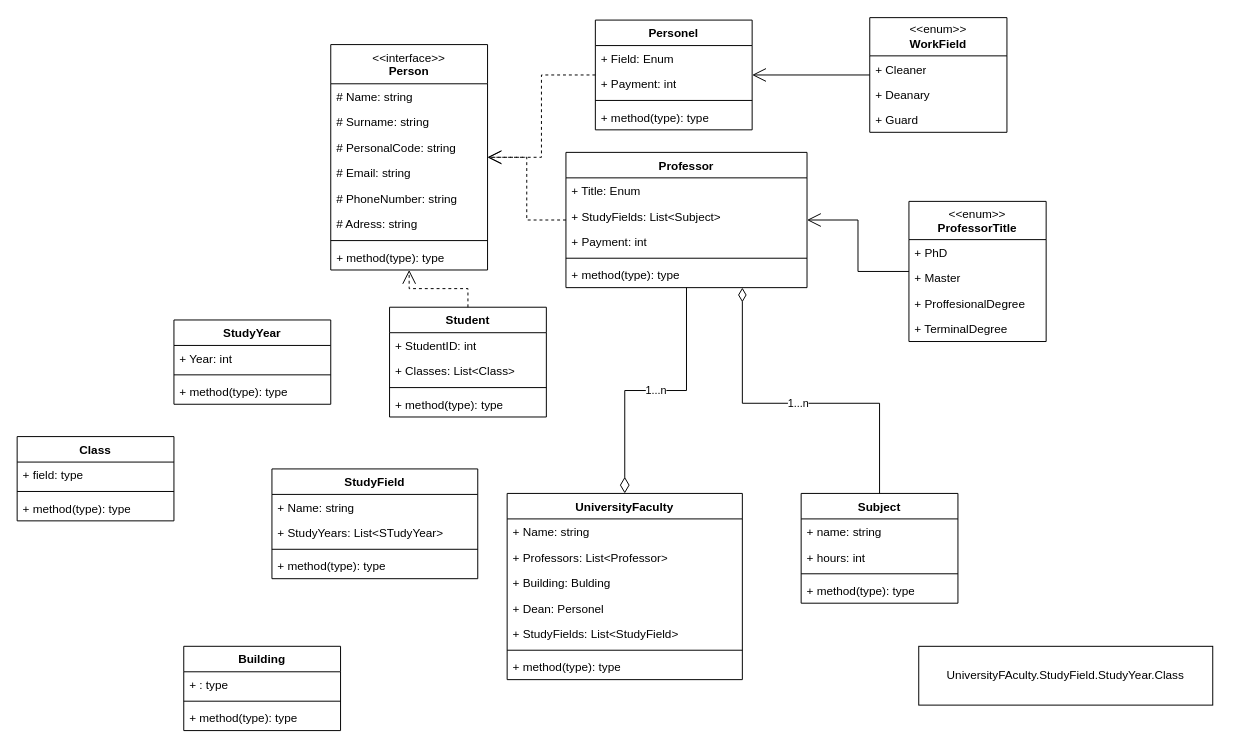
Before: uml.drawio in Rzyczu/college, a draw.io diagram. Source tidied: cells renumbered, new cells numbered last; positions are measured from the earlier drawing's top-left corner, leaving out a move shared by most shapes. Both pictures are drawn from the tidied source at 98%, with x=0, y=0 at pixel (17, 17).
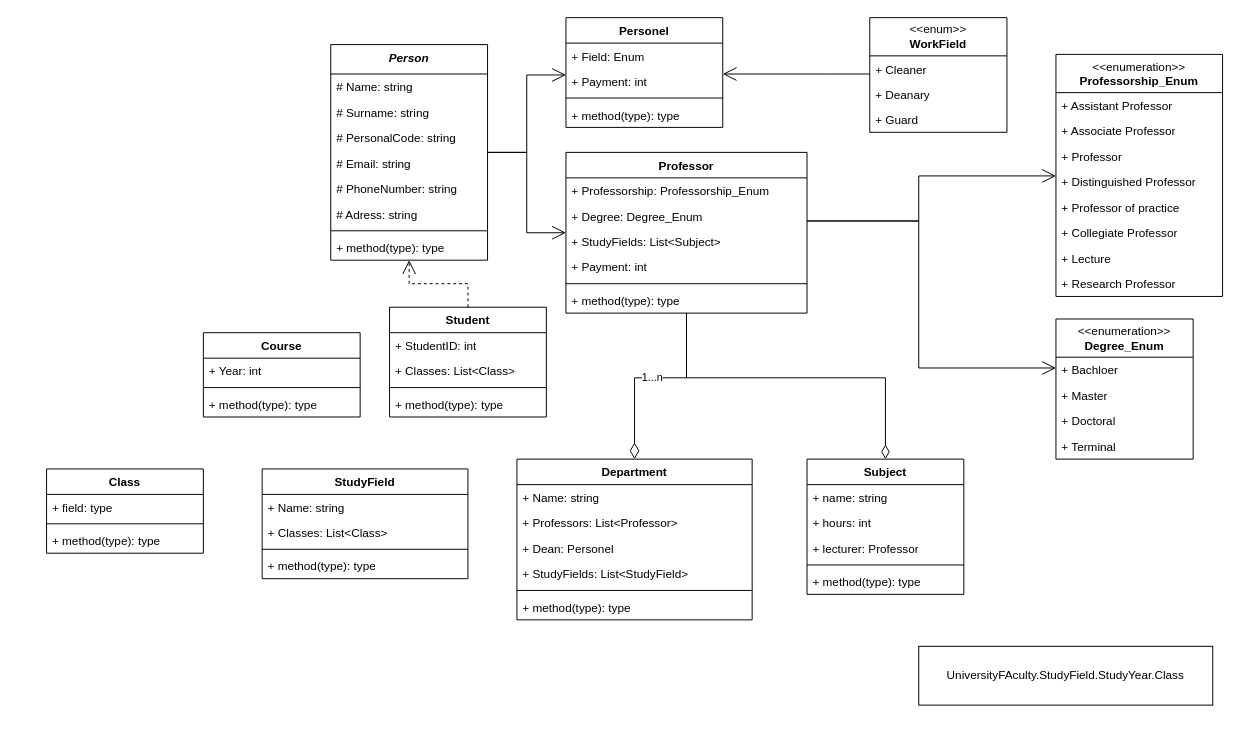
The same page after the edit.

The change refers to these unchanged cells:
```xml
<mxCell id="58" value="&amp;lt;&amp;lt;enum&amp;gt;&amp;gt;&lt;br&gt;&lt;b&gt;WorkField&lt;/b&gt;" style="swimlane;fontStyle=0;horizontal=1;startSize=39;fillColor=none;whiteSpace=wrap;html=1;" parent="1" vertex="1">
  <mxGeometry x="870" y="0.5" width="140" height="117" as="geometry" />
</mxCell>
```

The edit, as a diff of the source:
```diff
@@
     <mxCell id="2" value="&lt;b&gt;Class&lt;/b&gt;" style="swimlane;fontStyle=1;align=center;verticalAlign=top;horizontal=1;startSize=26;whiteSpace=wrap;html=1;" parent="1" vertex="1">
-      <mxGeometry y="428" width="160" height="86" as="geometry" />
+      <mxGeometry x="30" y="461" width="160" height="86" as="geometry" />
     </mxCell>
@@
-    <mxCell id="11" value="&lt;b&gt;Building&lt;/b&gt;&lt;br&gt;&lt;div&gt;&lt;b&gt;&lt;br&gt;&lt;/b&gt;&lt;/div&gt;" style="swimlane;fontStyle=1;align=center;verticalAlign=top;horizontal=1;startSize=26;whiteSpace=wrap;html=1;" parent="1" vertex="1">
-      <mxGeometry x="170" y="642" width="160" height="86" as="geometry" />
-    </mxCell>
-    <mxCell id="12" value="+ : type" style="text;strokeColor=none;fillColor=none;align=left;verticalAlign=top;spacingLeft=4;spacingRight=4;overflow=hidden;whiteSpace=wrap;html=1;" parent="11" vertex="1">
-      <mxGeometry y="26" width="160" height="26" as="geometry" />
-    </mxCell>
-    <mxCell id="13" style="line;strokeWidth=1;fillColor=none;align=left;verticalAlign=middle;spacingTop=-1;spacingLeft=3;spacingRight=3;labelPosition=right;strokeColor=inherit;" parent="11" vertex="1">
-      <mxGeometry y="52" width="160" height="8" as="geometry" />
-    </mxCell>
-    <mxCell id="14" value="+ method(type): type" style="text;strokeColor=none;fillColor=none;align=left;verticalAlign=top;spacingLeft=4;spacingRight=4;overflow=hidden;whiteSpace=wrap;html=1;" parent="11" vertex="1">
-      <mxGeometry y="60" width="160" height="26" as="geometry" />
-    </mxCell>
     <mxCell id="15" value="&lt;b&gt;Professor&lt;/b&gt;&lt;br&gt;&lt;div&gt;&lt;b&gt;&lt;br&gt;&lt;/b&gt;&lt;/div&gt;" style="swimlane;fontStyle=1;align=center;verticalAlign=top;horizontal=1;startSize=26;whiteSpace=wrap;html=1;" parent="1" vertex="1">
-      <mxGeometry x="560" y="138" width="246" height="138" as="geometry" />
+      <mxGeometry x="560" y="138" width="246" height="164" as="geometry" />
     </mxCell>
-    <mxCell id="16" value="+ Title: Enum" style="text;strokeColor=none;fillColor=none;align=left;verticalAlign=top;spacingLeft=4;spacingRight=4;overflow=hidden;whiteSpace=wrap;html=1;" parent="15" vertex="1">
+    <mxCell id="16" value="+&amp;nbsp;&lt;span style=&quot;text-align: center;&quot;&gt;Professorship&lt;/span&gt;:&amp;nbsp;&lt;span style=&quot;text-align: center;&quot;&gt;Professorship_Enum&lt;/span&gt;" style="text;strokeColor=none;fillColor=none;align=left;verticalAlign=top;spacingLeft=4;spacingRight=4;overflow=hidden;whiteSpace=wrap;html=1;" parent="15" vertex="1">
       <mxGeometry y="26" width="246" height="26" as="geometry" />
     </mxCell>
+    <mxCell id="74" value="+ Degree: Degree_Enum" style="text;strokeColor=none;fillColor=none;align=left;verticalAlign=top;spacingLeft=4;spacingRight=4;overflow=hidden;whiteSpace=wrap;html=1;" parent="15" vertex="1">
+      <mxGeometry y="52" width="246" height="26" as="geometry" />
+    </mxCell>
     <mxCell id="17" value="+ StudyFields: List&amp;lt;Subject&amp;gt;" style="text;strokeColor=none;fillColor=none;align=left;verticalAlign=top;spacingLeft=4;spacingRight=4;overflow=hidden;whiteSpace=wrap;html=1;" parent="15" vertex="1">
-      <mxGeometry y="52" width="246" height="26" as="geometry" />
+      <mxGeometry y="78" width="246" height="26" as="geometry" />
     </mxCell>
     <mxCell id="18" value="+ Payment: int" style="text;strokeColor=none;fillColor=none;align=left;verticalAlign=top;spacingLeft=4;spacingRight=4;overflow=hidden;whiteSpace=wrap;html=1;" parent="15" vertex="1">
-      <mxGeometry y="78" width="246" height="26" as="geometry" />
+      <mxGeometry y="104" width="246" height="26" as="geometry" />
     </mxCell>
     <mxCell id="19" style="line;strokeWidth=1;fillColor=none;align=left;verticalAlign=middle;spacingTop=-1;spacingLeft=3;spacingRight=3;labelPosition=right;strokeColor=inherit;" parent="15" vertex="1">
-      <mxGeometry y="104" width="246" height="8" as="geometry" />
+      <mxGeometry y="130" width="246" height="8" as="geometry" />
     </mxCell>
     <mxCell id="20" value="+ method(type): type" style="text;strokeColor=none;fillColor=none;align=left;verticalAlign=top;spacingLeft=4;spacingRight=4;overflow=hidden;whiteSpace=wrap;html=1;" parent="15" vertex="1">
-      <mxGeometry y="112" width="246" height="26" as="geometry" />
+      <mxGeometry y="138" width="246" height="26" as="geometry" />
     </mxCell>
     <mxCell id="21" value="&lt;b&gt;Personel&lt;/b&gt;" style="swimlane;fontStyle=1;align=center;verticalAlign=top;horizontal=1;startSize=26;whiteSpace=wrap;html=1;" parent="1" vertex="1">
-      <mxGeometry x="590" y="3" width="160" height="112" as="geometry" />
+      <mxGeometry x="560" y="0.5" width="160" height="112" as="geometry" />
     </mxCell>
@@
-    <mxCell id="26" value="&lt;b&gt;UniversityFaculty&lt;/b&gt;&lt;br&gt;&lt;div&gt;&lt;b&gt;&lt;br&gt;&lt;/b&gt;&lt;/div&gt;" style="swimlane;fontStyle=1;align=center;verticalAlign=top;horizontal=1;startSize=26;whiteSpace=wrap;html=1;" parent="1" vertex="1">
-      <mxGeometry x="500" y="486" width="240" height="190" as="geometry" />
+    <mxCell id="26" value="&lt;div&gt;&lt;b&gt;Department&lt;/b&gt;&lt;/div&gt;" style="swimlane;fontStyle=1;align=center;verticalAlign=top;horizontal=1;startSize=26;whiteSpace=wrap;html=1;" parent="1" vertex="1">
+      <mxGeometry x="510" y="451" width="240" height="164" as="geometry" />
     </mxCell>
@@
-    <mxCell id="29" value="+ Building: Bulding" style="text;strokeColor=none;fillColor=none;align=left;verticalAlign=top;spacingLeft=4;spacingRight=4;overflow=hidden;whiteSpace=wrap;html=1;" parent="26" vertex="1">
-      <mxGeometry y="78" width="240" height="26" as="geometry" />
-    </mxCell>
     <mxCell id="30" value="+ Dean: Personel" style="text;strokeColor=none;fillColor=none;align=left;verticalAlign=top;spacingLeft=4;spacingRight=4;overflow=hidden;whiteSpace=wrap;html=1;" parent="26" vertex="1">
-      <mxGeometry y="104" width="240" height="26" as="geometry" />
+      <mxGeometry y="78" width="240" height="26" as="geometry" />
     </mxCell>
     <mxCell id="31" value="+ StudyFields: List&amp;lt;StudyField&amp;gt;" style="text;strokeColor=none;fillColor=none;align=left;verticalAlign=top;spacingLeft=4;spacingRight=4;overflow=hidden;whiteSpace=wrap;html=1;" parent="26" vertex="1">
-      <mxGeometry y="130" width="240" height="26" as="geometry" />
+      <mxGeometry y="104" width="240" height="26" as="geometry" />
     </mxCell>
     <mxCell id="32" style="line;strokeWidth=1;fillColor=none;align=left;verticalAlign=middle;spacingTop=-1;spacingLeft=3;spacingRight=3;labelPosition=right;strokeColor=inherit;" parent="26" vertex="1">
-      <mxGeometry y="156" width="240" height="8" as="geometry" />
+      <mxGeometry y="130" width="240" height="8" as="geometry" />
     </mxCell>
     <mxCell id="33" value="+ method(type): type" style="text;strokeColor=none;fillColor=none;align=left;verticalAlign=top;spacingLeft=4;spacingRight=4;overflow=hidden;whiteSpace=wrap;html=1;" parent="26" vertex="1">
-      <mxGeometry y="164" width="240" height="26" as="geometry" />
+      <mxGeometry y="138" width="240" height="26" as="geometry" />
     </mxCell>
     <mxCell id="34" value="&lt;b&gt;StudyField&lt;/b&gt;" style="swimlane;fontStyle=1;align=center;verticalAlign=top;horizontal=1;startSize=26;whiteSpace=wrap;html=1;" parent="1" vertex="1">
-      <mxGeometry x="260" y="461" width="210" height="112" as="geometry" />
+      <mxGeometry x="250" y="461" width="210" height="112" as="geometry" />
     </mxCell>
@@
-    <mxCell id="36" value="+ StudyYears: List&amp;lt;STudyYear&amp;gt;" style="text;strokeColor=none;fillColor=none;align=left;verticalAlign=top;spacingLeft=4;spacingRight=4;overflow=hidden;whiteSpace=wrap;html=1;" parent="34" vertex="1">
+    <mxCell id="36" value="+ Classes: List&amp;lt;Class&amp;gt;" style="text;strokeColor=none;fillColor=none;align=left;verticalAlign=top;spacingLeft=4;spacingRight=4;overflow=hidden;whiteSpace=wrap;html=1;" parent="34" vertex="1">
       <mxGeometry y="52" width="210" height="26" as="geometry" />
     </mxCell>
@@
-    <mxCell id="39" value="&lt;span style=&quot;font-weight: normal;&quot;&gt;&amp;lt;&amp;lt;interface&amp;gt;&amp;gt;&lt;br&gt;&lt;/span&gt;Person" style="swimlane;fontStyle=1;align=center;verticalAlign=top;horizontal=1;startSize=40;whiteSpace=wrap;html=1;" parent="1" vertex="1">
-      <mxGeometry x="320" y="28" width="160" height="230" as="geometry" />
+    <mxCell id="39" value="Person" style="swimlane;fontStyle=3;align=center;verticalAlign=top;horizontal=1;startSize=30;whiteSpace=wrap;html=1;" parent="1" vertex="1">
+      <mxGeometry x="320" y="28" width="160" height="220" as="geometry" />
     </mxCell>
     <mxCell id="40" value="# Name: string" style="text;strokeColor=none;fillColor=none;align=left;verticalAlign=top;spacingLeft=4;spacingRight=4;overflow=hidden;whiteSpace=wrap;html=1;" parent="39" vertex="1">
-      <mxGeometry y="40" width="160" height="26" as="geometry" />
+      <mxGeometry y="30" width="160" height="26" as="geometry" />
     </mxCell>
     <mxCell id="41" value="# Surname: string" style="text;strokeColor=none;fillColor=none;align=left;verticalAlign=top;spacingLeft=4;spacingRight=4;overflow=hidden;whiteSpace=wrap;html=1;" parent="39" vertex="1">
-      <mxGeometry y="66" width="160" height="26" as="geometry" />
+      <mxGeometry y="56" width="160" height="26" as="geometry" />
     </mxCell>
     <mxCell id="42" value="# PersonalCode: string" style="text;strokeColor=none;fillColor=none;align=left;verticalAlign=top;spacingLeft=4;spacingRight=4;overflow=hidden;whiteSpace=wrap;html=1;" parent="39" vertex="1">
-      <mxGeometry y="92" width="160" height="26" as="geometry" />
+      <mxGeometry y="82" width="160" height="26" as="geometry" />
     </mxCell>
     <mxCell id="43" value="# Email: string" style="text;strokeColor=none;fillColor=none;align=left;verticalAlign=top;spacingLeft=4;spacingRight=4;overflow=hidden;whiteSpace=wrap;html=1;" parent="39" vertex="1">
-      <mxGeometry y="118" width="160" height="26" as="geometry" />
+      <mxGeometry y="108" width="160" height="26" as="geometry" />
     </mxCell>
     <mxCell id="44" value="# PhoneNumber: string" style="text;strokeColor=none;fillColor=none;align=left;verticalAlign=top;spacingLeft=4;spacingRight=4;overflow=hidden;whiteSpace=wrap;html=1;" parent="39" vertex="1">
-      <mxGeometry y="144" width="160" height="26" as="geometry" />
+      <mxGeometry y="134" width="160" height="26" as="geometry" />
     </mxCell>
     <mxCell id="45" value="# Adress: string" style="text;strokeColor=none;fillColor=none;align=left;verticalAlign=top;spacingLeft=4;spacingRight=4;overflow=hidden;whiteSpace=wrap;html=1;" parent="39" vertex="1">
-      <mxGeometry y="170" width="160" height="26" as="geometry" />
+      <mxGeometry y="160" width="160" height="26" as="geometry" />
     </mxCell>
     <mxCell id="46" style="line;strokeWidth=1;fillColor=none;align=left;verticalAlign=middle;spacingTop=-1;spacingLeft=3;spacingRight=3;labelPosition=right;strokeColor=inherit;" parent="39" vertex="1">
-      <mxGeometry y="196" width="160" height="8" as="geometry" />
+      <mxGeometry y="186" width="160" height="8" as="geometry" />
     </mxCell>
     <mxCell id="47" value="+ method(type): type" style="text;strokeColor=none;fillColor=none;align=left;verticalAlign=top;spacingLeft=4;spacingRight=4;overflow=hidden;whiteSpace=wrap;html=1;" parent="39" vertex="1">
-      <mxGeometry y="204" width="160" height="26" as="geometry" />
+      <mxGeometry y="194" width="160" height="26" as="geometry" />
     </mxCell>
-    <mxCell id="48" value="&amp;lt;&amp;lt;enum&amp;gt;&amp;gt;&lt;br&gt;&lt;b&gt;ProfessorTitle&lt;/b&gt;" style="swimlane;fontStyle=0;horizontal=1;startSize=39;fillColor=none;whiteSpace=wrap;html=1;" parent="1" vertex="1">
-      <mxGeometry x="910" y="188" width="140" height="143" as="geometry" />
+    <mxCell id="48" value="&amp;lt;&amp;lt;enumeration&amp;gt;&amp;gt;&lt;br&gt;&lt;b&gt;Professorship_Enum&lt;/b&gt;" style="swimlane;fontStyle=0;horizontal=1;startSize=39;fillColor=none;whiteSpace=wrap;html=1;" parent="1" vertex="1">
+      <mxGeometry x="1060" y="38" width="170" height="247" as="geometry" />
     </mxCell>
-    <mxCell id="49" value="+ PhD" style="text;strokeColor=none;fillColor=none;align=left;verticalAlign=top;spacingLeft=4;spacingRight=4;overflow=hidden;whiteSpace=wrap;html=1;" parent="48" vertex="1">
-      <mxGeometry y="39" width="140" height="26" as="geometry" />
+    <mxCell id="49" value="+ Assistant Professor" style="text;strokeColor=none;fillColor=none;align=left;verticalAlign=top;spacingLeft=4;spacingRight=4;overflow=hidden;whiteSpace=wrap;html=1;" parent="48" vertex="1">
+      <mxGeometry y="39" width="170" height="26" as="geometry" />
     </mxCell>
-    <mxCell id="50" value="+ Master" style="text;strokeColor=none;fillColor=none;align=left;verticalAlign=top;spacingLeft=4;spacingRight=4;overflow=hidden;whiteSpace=wrap;html=1;" parent="48" vertex="1">
-      <mxGeometry y="65" width="140" height="26" as="geometry" />
+    <mxCell id="50" value="+ Associate Professor" style="text;strokeColor=none;fillColor=none;align=left;verticalAlign=top;spacingLeft=4;spacingRight=4;overflow=hidden;whiteSpace=wrap;html=1;" parent="48" vertex="1">
+      <mxGeometry y="65" width="170" height="26" as="geometry" />
     </mxCell>
-    <mxCell id="51" value="+ ProffesionalDegree" style="text;strokeColor=none;fillColor=none;align=left;verticalAlign=top;spacingLeft=4;spacingRight=4;overflow=hidden;whiteSpace=wrap;html=1;" parent="48" vertex="1">
-      <mxGeometry y="91" width="140" height="26" as="geometry" />
+    <mxCell id="51" value="+ Professor" style="text;strokeColor=none;fillColor=none;align=left;verticalAlign=top;spacingLeft=4;spacingRight=4;overflow=hidden;whiteSpace=wrap;html=1;" parent="48" vertex="1">
+      <mxGeometry y="91" width="170" height="26" as="geometry" />
     </mxCell>
+    <mxCell id="75" value="+ Distinguished Professor" style="text;strokeColor=none;fillColor=none;align=left;verticalAlign=top;spacingLeft=4;spacingRight=4;overflow=hidden;whiteSpace=wrap;html=1;" parent="48" vertex="1">
+      <mxGeometry y="117" width="170" height="26" as="geometry" />
+    </mxCell>
+    <mxCell id="76" value="+ Professor of practice" style="text;strokeColor=none;fillColor=none;align=left;verticalAlign=top;spacingLeft=4;spacingRight=4;overflow=hidden;whiteSpace=wrap;html=1;" parent="48" vertex="1">
+      <mxGeometry y="143" width="170" height="26" as="geometry" />
+    </mxCell>
+    <mxCell id="77" value="+ Collegiate Professor" style="text;strokeColor=none;fillColor=none;align=left;verticalAlign=top;spacingLeft=4;spacingRight=4;overflow=hidden;whiteSpace=wrap;html=1;" parent="48" vertex="1">
+      <mxGeometry y="169" width="170" height="26" as="geometry" />
+    </mxCell>
+    <mxCell id="78" value="+ Lecture" style="text;strokeColor=none;fillColor=none;align=left;verticalAlign=top;spacingLeft=4;spacingRight=4;overflow=hidden;whiteSpace=wrap;html=1;" parent="48" vertex="1">
+      <mxGeometry y="195" width="170" height="26" as="geometry" />
+    </mxCell>
-    <mxCell id="52" value="+ TerminalDegree" style="text;strokeColor=none;fillColor=none;align=left;verticalAlign=top;spacingLeft=4;spacingRight=4;overflow=hidden;whiteSpace=wrap;html=1;" parent="48" vertex="1">
-      <mxGeometry y="117" width="140" height="26" as="geometry" />
+    <mxCell id="52" value="+ Research Professor" style="text;strokeColor=none;fillColor=none;align=left;verticalAlign=top;spacingLeft=4;spacingRight=4;overflow=hidden;whiteSpace=wrap;html=1;" parent="48" vertex="1">
+      <mxGeometry y="221" width="170" height="26" as="geometry" />
     </mxCell>
     <mxCell id="53" value="&lt;div&gt;&lt;b&gt;Subject&lt;/b&gt;&lt;/div&gt;" style="swimlane;fontStyle=1;align=center;verticalAlign=top;horizontal=1;startSize=26;whiteSpace=wrap;html=1;" parent="1" vertex="1">
-      <mxGeometry x="800" y="486" width="160" height="112" as="geometry" />
+      <mxGeometry x="806" y="451" width="160" height="138" as="geometry" />
     </mxCell>
@@
+    <mxCell id="79" value="+ lecturer: Professor" style="text;strokeColor=none;fillColor=none;align=left;verticalAlign=top;spacingLeft=4;spacingRight=4;overflow=hidden;whiteSpace=wrap;html=1;" parent="53" vertex="1">
+      <mxGeometry y="78" width="160" height="26" as="geometry" />
+    </mxCell>
     <mxCell id="56" style="line;strokeWidth=1;fillColor=none;align=left;verticalAlign=middle;spacingTop=-1;spacingLeft=3;spacingRight=3;labelPosition=right;strokeColor=inherit;" parent="53" vertex="1">
-      <mxGeometry y="78" width="160" height="8" as="geometry" />
+      <mxGeometry y="104" width="160" height="8" as="geometry" />
     </mxCell>
     <mxCell id="57" value="+ method(type): type" style="text;strokeColor=none;fillColor=none;align=left;verticalAlign=top;spacingLeft=4;spacingRight=4;overflow=hidden;whiteSpace=wrap;html=1;" parent="53" vertex="1">
-      <mxGeometry y="86" width="160" height="26" as="geometry" />
+      <mxGeometry y="112" width="160" height="26" as="geometry" />
     </mxCell>
@@
-    <mxCell id="63" style="endArrow=open;endFill=1;endSize=12;html=1;rounded=0;edgeStyle=orthogonalEdgeStyle;dashed=1;" parent="1" edge="1" source="15" target="39">
-      <mxGeometry relative="1" as="geometry" />
-    </mxCell>
-    <mxCell id="64" style="endArrow=open;endFill=1;endSize=12;html=1;rounded=0;edgeStyle=orthogonalEdgeStyle;dashed=1;" parent="1" edge="1" source="21" target="39">
-      <mxGeometry relative="1" as="geometry" />
-    </mxCell>
     <mxCell id="65" style="endArrow=open;endFill=1;endSize=12;html=1;rounded=0;edgeStyle=orthogonalEdgeStyle;" parent="1" edge="1" source="58" target="21">
-      <mxGeometry relative="1" as="geometry" />
+      <mxGeometry relative="1" as="geometry">
+        <Array as="points">
+          <mxPoint x="830" y="58" />
+          <mxPoint x="830" y="58" />
+        </Array>
+      </mxGeometry>
     </mxCell>
-    <mxCell id="66" style="endArrow=open;endFill=1;endSize=12;html=1;rounded=0;edgeStyle=orthogonalEdgeStyle;" parent="1" edge="1" source="48" target="15">
-      <mxGeometry relative="1" as="geometry" />
+    <mxCell id="66" style="endArrow=open;endFill=1;endSize=12;html=1;rounded=0;edgeStyle=orthogonalEdgeStyle;" parent="1" edge="1" source="15" target="48">
+      <mxGeometry relative="1" as="geometry">
+        <Array as="points">
+          <mxPoint x="920" y="208" />
+          <mxPoint x="920" y="162" />
+        </Array>
+      </mxGeometry>
     </mxCell>
-    <mxCell id="67" value="1...n" style="endArrow=diamondThin;html=1;endSize=12;startArrow=none;startSize=14;startFill=0;edgeStyle=orthogonalEdgeStyle;rounded=0;endFill=0;" parent="1" edge="1" source="53" target="15">
+    <mxCell id="67" style="endArrow=diamondThin;html=1;endSize=12;startArrow=none;startSize=14;startFill=0;edgeStyle=orthogonalEdgeStyle;rounded=0;endFill=0;" parent="1" edge="1" source="15" target="53">
       <mxGeometry relative="1" as="geometry">
         <Array as="points">
-          <mxPoint x="880" y="394" />
-          <mxPoint x="740" y="394" />
+          <mxPoint x="683" y="368" />
+          <mxPoint x="886" y="368" />
         </Array>
       </mxGeometry>
     </mxCell>
     <mxCell id="68" value="1...n" style="endArrow=none;html=1;endSize=12;startArrow=diamondThin;startSize=14;startFill=0;edgeStyle=orthogonalEdgeStyle;rounded=0;endFill=0;" parent="1" edge="1" source="26" target="15">
-      <mxGeometry relative="1" as="geometry" />
+      <mxGeometry relative="1" as="geometry">
+        <Array as="points">
+          <mxPoint x="630" y="368" />
+          <mxPoint x="683" y="368" />
+        </Array>
+      </mxGeometry>
     </mxCell>
-    <mxCell id="69" value="&lt;b&gt;StudyYear&lt;/b&gt;" style="swimlane;fontStyle=1;align=center;verticalAlign=top;horizontal=1;startSize=26;whiteSpace=wrap;html=1;" parent="1" vertex="1">
-      <mxGeometry x="160" y="309" width="160" height="86" as="geometry" />
+    <mxCell id="69" value="&lt;b&gt;Course&lt;/b&gt;" style="swimlane;fontStyle=1;align=center;verticalAlign=top;horizontal=1;startSize=26;whiteSpace=wrap;html=1;" parent="1" vertex="1">
+      <mxGeometry x="190" y="322" width="160" height="86" as="geometry" />
     </mxCell>
@@
+    <mxCell id="80" value="&amp;lt;&amp;lt;enumeration&amp;gt;&amp;gt;&lt;br&gt;&lt;b&gt;Degree_Enum&lt;/b&gt;" style="swimlane;fontStyle=0;horizontal=1;startSize=39;fillColor=none;whiteSpace=wrap;html=1;" parent="1" vertex="1">
+      <mxGeometry x="1060" y="308" width="140" height="143" as="geometry" />
+    </mxCell>
+    <mxCell id="81" value="+ Bachloer" style="text;strokeColor=none;fillColor=none;align=left;verticalAlign=top;spacingLeft=4;spacingRight=4;overflow=hidden;whiteSpace=wrap;html=1;" parent="80" vertex="1">
+      <mxGeometry y="39" width="140" height="26" as="geometry" />
+    </mxCell>
+    <mxCell id="82" value="+ Master" style="text;strokeColor=none;fillColor=none;align=left;verticalAlign=top;spacingLeft=4;spacingRight=4;overflow=hidden;whiteSpace=wrap;html=1;" parent="80" vertex="1">
+      <mxGeometry y="65" width="140" height="26" as="geometry" />
+    </mxCell>
+    <mxCell id="83" value="+ Doctoral" style="text;strokeColor=none;fillColor=none;align=left;verticalAlign=top;spacingLeft=4;spacingRight=4;overflow=hidden;whiteSpace=wrap;html=1;" parent="80" vertex="1">
+      <mxGeometry y="91" width="140" height="26" as="geometry" />
+    </mxCell>
+    <mxCell id="84" value="+ Terminal" style="text;strokeColor=none;fillColor=none;align=left;verticalAlign=top;spacingLeft=4;spacingRight=4;overflow=hidden;whiteSpace=wrap;html=1;" parent="80" vertex="1">
+      <mxGeometry y="117" width="140" height="26" as="geometry" />
+    </mxCell>
+    <mxCell id="85" style="endArrow=open;endFill=1;endSize=12;html=1;rounded=0;edgeStyle=orthogonalEdgeStyle;" parent="1" edge="1" source="15" target="80">
+      <mxGeometry relative="1" as="geometry">
+        <Array as="points">
+          <mxPoint x="920" y="208" />
+          <mxPoint x="920" y="358" />
+        </Array>
+      </mxGeometry>
+    </mxCell>
+    <mxCell id="86" style="endArrow=open;endFill=1;endSize=12;html=1;rounded=0;edgeStyle=orthogonalEdgeStyle;" parent="1" edge="1" source="39" target="21">
+      <mxGeometry relative="1" as="geometry">
+        <Array as="points">
+          <mxPoint x="520" y="138" />
+          <mxPoint x="520" y="59" />
+        </Array>
+      </mxGeometry>
+    </mxCell>
+    <mxCell id="87" style="endArrow=open;endFill=1;endSize=12;html=1;rounded=0;edgeStyle=orthogonalEdgeStyle;" parent="1" edge="1" source="39" target="15">
+      <mxGeometry relative="1" as="geometry" />
+    </mxCell>
```
